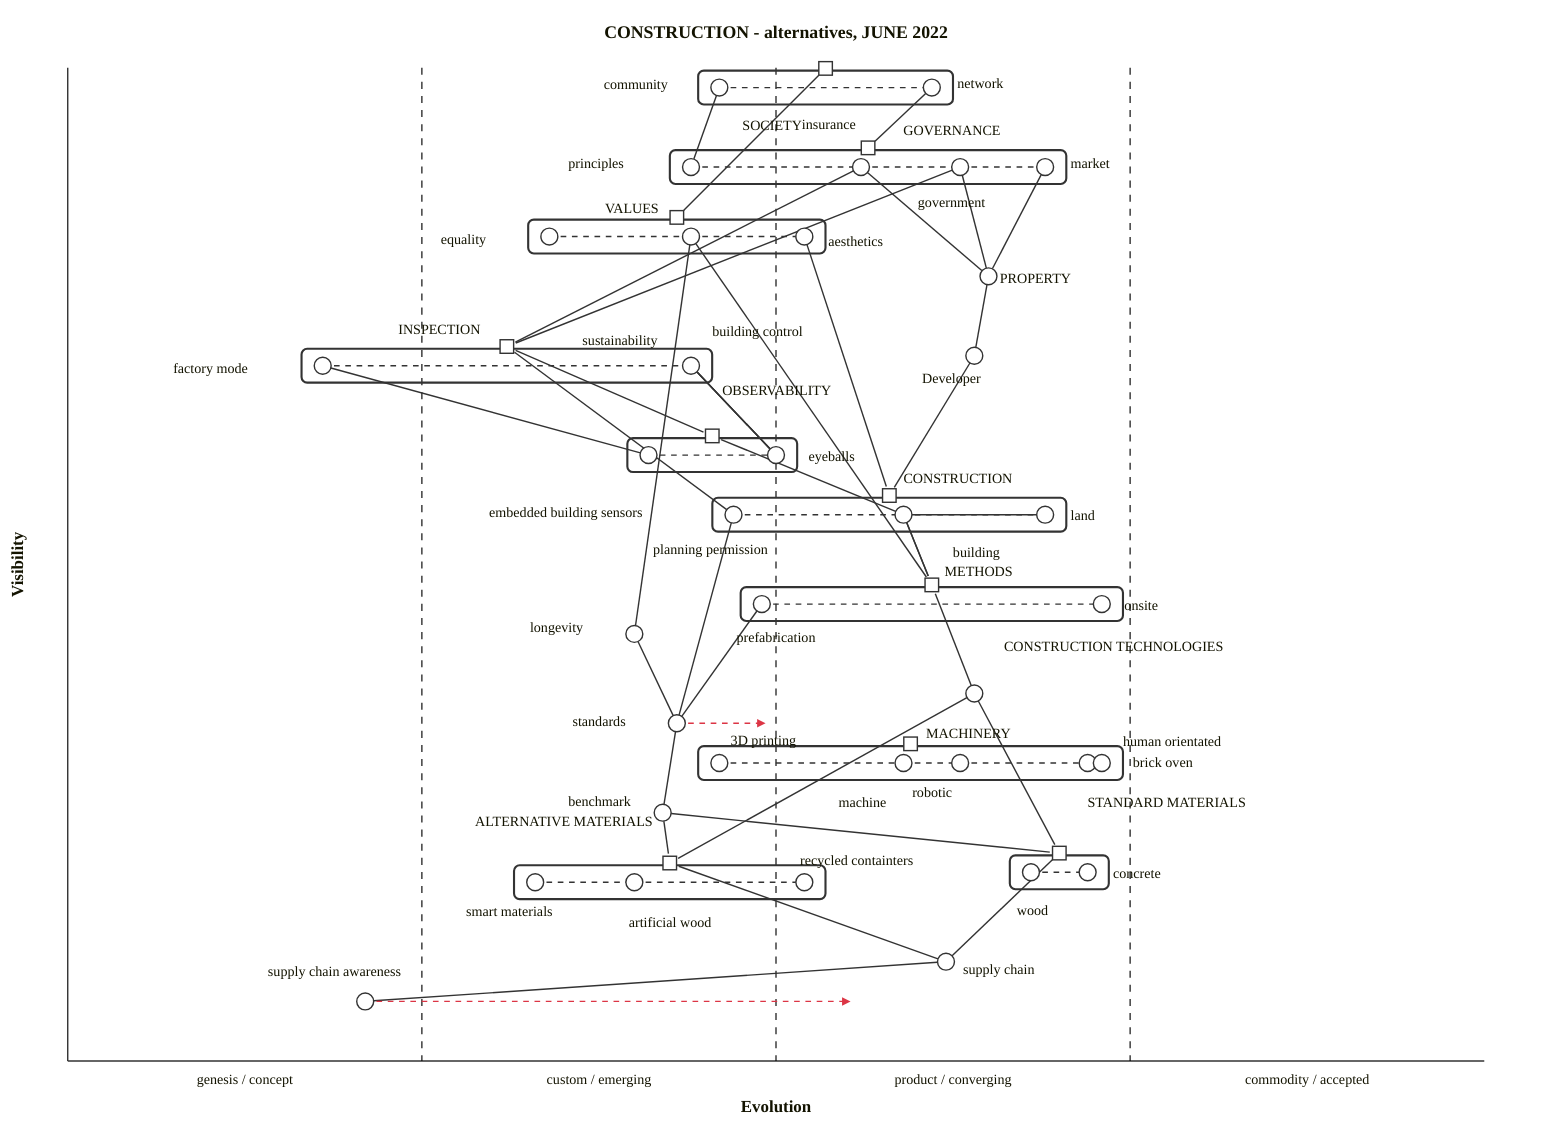
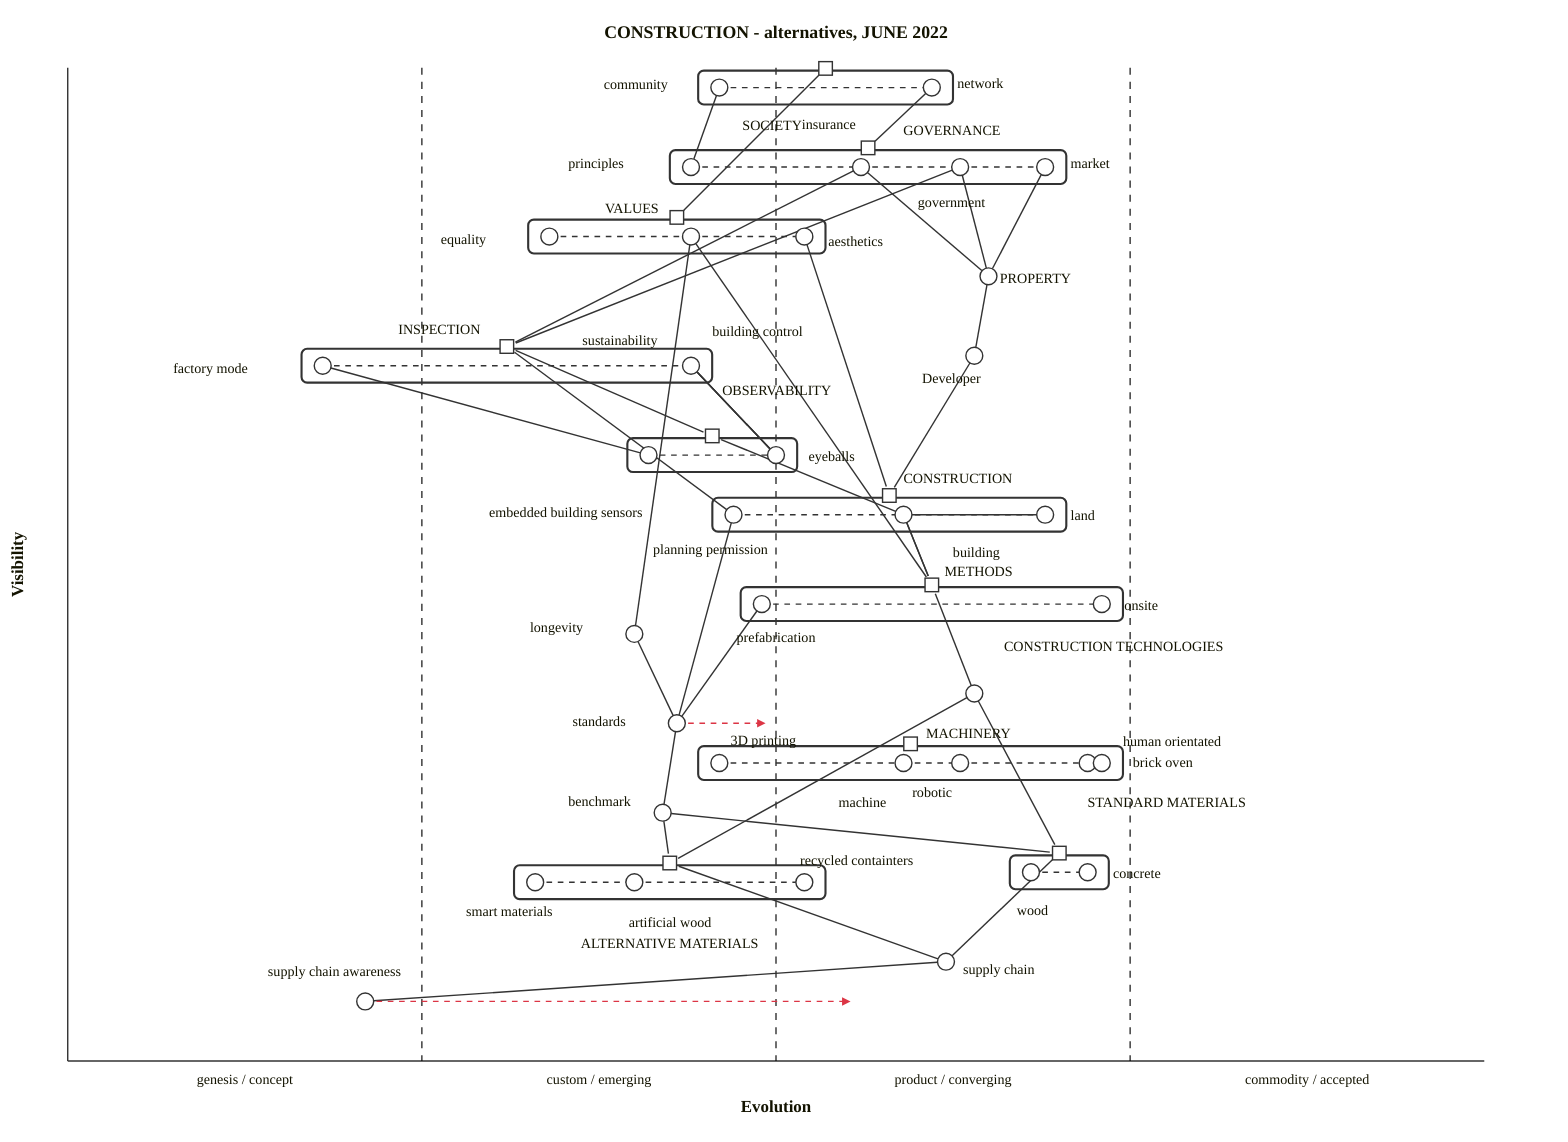
wardley-beta
title CONSTRUCTION - alternatives, JUNE 2022
size [1100, 800]
evolution genesis / concept -> custom / emerging -> product/ converging -> commodity / accepted

component Developer [0.71, 0.64] label [-37, 19]

component GOVERNANCE [0.90, 0.66] label [25, -9]
pipeline GOVERNANCE {
  component principles [0.44] label [-87, 1]
  component insurance [0.56] label [-42, -27]
  component government [0.63] label [-30, 28]
  component "market" [0.69] label [18, 1]
}
component SOCIETY [0.98, 0.59] label [-59, 44]
pipeline SOCIETY {
  component community [0.46] label [-82, 1]
  component network [0.61] label [18, 0]
}
evolve standards 0.5

component PROPERTY [0.79, 0.65] label [8, 5]

component INSPECTION [0.70, 0.38] label [-77, -9]
pipeline INSPECTION {
  component factory mode [0.18] label [-106, 5]
  component "building control" [0.44] label [15, -21]
}

component MACHINERY [0.30, 0.59] label [11, -4]
pipeline MACHINERY {
  component "3D printing" [0.46] label [8, -13]
  component machine [0.59] label [-46, 31]
  component robotic [0.63] label [-34, 24]
  component human orientated [0.72] label [25, -12]
  component brick oven [0.73] label [22, 3]
}

evolve "3D printing" 0.55
evolve prefabrication 0.58

component CONSTRUCTION TECHNOLOGIES [0.37, 0.64] label [21, -30]

- component ALTERNATIVE MATERIALS [0.18, 0.51] label [-138, -26]
+ component ALTERNATIVE MATERIALS [0.18, 0.51] label [-63, 60]
pipeline ALTERNATIVE MATERIALS {
  component smart materials [0.33] label [-49, 24]
  component artificial wood [0.4] label [-4, 32]
  component recycled containters [0.52] label [-3, -12]
}
component longevity [0.43, 0.40] label [-74, -1]

component CONSTRUCTION [0.55, 0.62] label [10, -9]
pipeline CONSTRUCTION {
  component planning permission [0.47] label [-57, 28]
  component "building" [0.59] label [35, 30]
  component land [0.69] label [18, 4]
}

component METHODS [0.46, 0.60] label [9, -6]
pipeline METHODS {
  component prefabrication [0.49] label [-18, 27]
  component onsite [0.73] label [16, 4]
}

evolve smart materials 0.38

component OBSERVABILITY [0.61, 0.44] label [7, -29]
pipeline OBSERVABILITY {
  component embedded building sensors [0.41] label [-113, 44]
  component eyeballs [0.5] label [23, 4]
}

component benchmark [0.25, 0.42] label [-67, -5]
evolve machine 0.7

component standards [0.34, 0.43] label [-74, 2]

component STANDARD MATERIALS [0.19, 0.68] label [20, -33]
pipeline STANDARD MATERIALS {
  component wood [0.68] label [-10, 30]
  component concrete [0.72] label [18, 4]
}

component VALUES [0.83, 0.49] label [-51, -3]
pipeline VALUES {
  component equality [0.34] label [-77, 5]
  component sustainability [0.44] label [-77, 77]
  component aesthetics [0.52] label [17, 7]
}

component supply chain [0.10, 0.62] label [12, 9]
component supply chain awareness [0.06, 0.21] label [-69, -18]

evolve supply chain awareness 0.56

PPP -> Developer
public -> cost
cost -> CONSTRUCTION
"building" -> METHODS
METHODS -> "building"
"building" -> land
regulation -> planning permission
government -> regulation

METHODS -> CONSTRUCTION TECHNOLOGIES
CONSTRUCTION TECHNOLOGIES -> lifecycle management
lifecycle management -> maintenance
CONSTRUCTION TECHNOLOGIES -> materials
alternative material -> safety
standardisation -> maintenance
safety -> standardisation
regulation -> standardisation
sustainability -> METHODS
sustainability -> longevity
alternative material -> longevity
"building" -> sensors

OBSERVABILITY -> "building"

INSPECTION -> OBSERVABILITY

planning permission -> standardisation
longevity -> standardisation
INSPECTION -> planning permission
SOCIETY -> public
SOCIETY -> VALUES
safety -> research
safety -> firesafety
regulation -> safety
CONSTRUCTION TECHNOLOGIES -> access
equality -> access
Developer -> CONSTRUCTION
cost -> "market"
PROPERTY -> "market"
PROPERTY -> regulation
externality -> "market"
externality -> discounting future
longevity -> discounting future
Developer -> composition
network -> GOVERNANCE
community -> principles
PPP -> risk mitigation
composition -> "componentisation"

standardisation -> "componentisation"
prefabrication -> "componentisation"
machine -> MACHINERY
government -> PPP
VALUES -> regulation
composition -> INSPECTION
standardisation -> material data
material data -> materials
aesthetics -> CONSTRUCTION
government -> INSPECTION
insurance -> INSPECTION
government -> PROPERTY
PROPERTY -> insurance
PROPERTY -> Developer
prefabrication -> standardisation
"building control" -> eyeballs
"building control" -> eyeballs
eyeballs -> "building control"
factory mode -> embedded building sensors
planning permission -> standards
longevity -> standards
standards -> material data
prefabrication -> standards
material data -> ALTERNATIVE MATERIALS
CONSTRUCTION TECHNOLOGIES -> ALTERNATIVE MATERIALS
CONSTRUCTION TECHNOLOGIES -> STANDARD MATERIALS
benchmark -> standards
benchmark -> ALTERNATIVE MATERIALS
benchmark -> STANDARD MATERIALS
supply chain -> STANDARD MATERIALS
supply chain -> ALTERNATIVE MATERIALS
supply chain -> awareness of supply chain
sustainability -> awareness of supply chain
supply chain -> supply chain awareness

